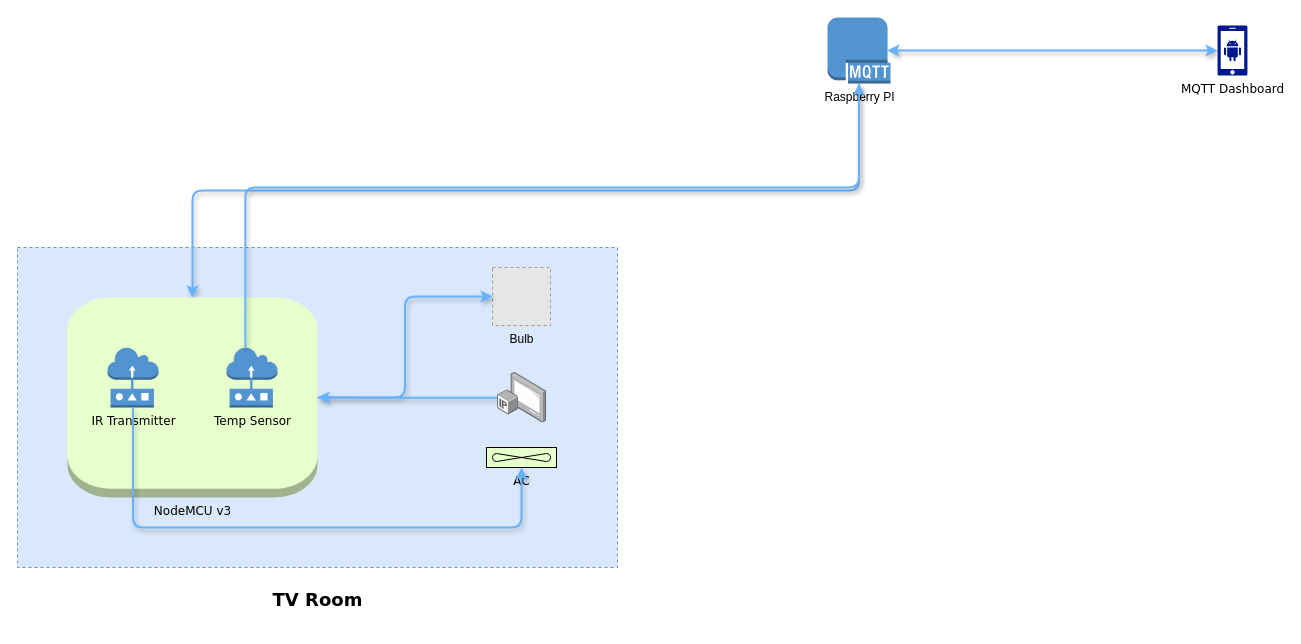
Earlier version of the draw.io diagram IoT Playground.drawio (diasna/iot-playground). Source tidied: cells renumbered, new cells numbered last; positions are measured from the earlier drawing's top-left corner, leaving out a move shared by most shapes. Both pictures are drawn from the tidied source at 100%, with x=0, y=0 at pixel (17, 17). Pictures stored in the file or linked from it are replaced by grey dashed boxes.
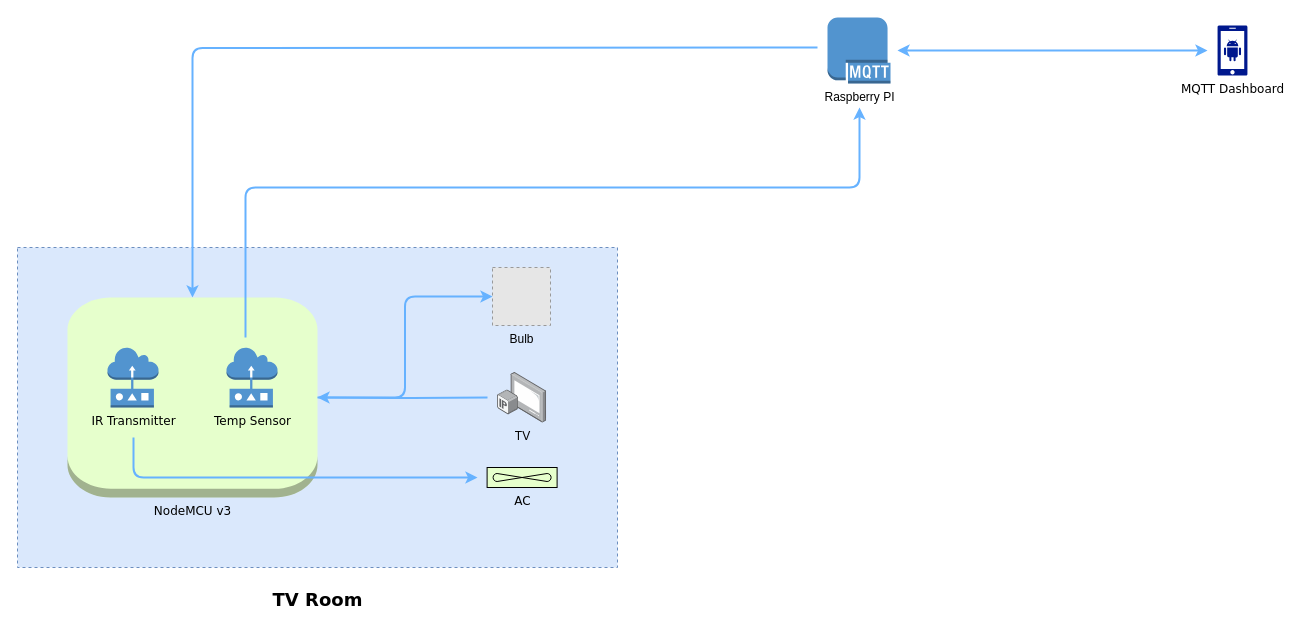
The same page after the edit.

The change refers to these unchanged cells:
```xml
<mxCell id="3" value="Raspberry PI" style="outlineConnect=0;dashed=0;verticalLabelPosition=bottom;verticalAlign=top;align=center;html=1;shape=mxgraph.aws3.mqtt_protocol;fillColor=#5294CF;gradientColor=none;" parent="1" vertex="1">
  <mxGeometry x="810" width="63" height="66" as="geometry" />
</mxCell>
<mxCell id="7" value="NodeMCU v3" style="outlineConnect=0;dashed=0;verticalLabelPosition=bottom;verticalAlign=top;align=center;html=1;shape=mxgraph.aws3.instance;fillColor=#E6FFCC;gradientColor=none;fontFamily=Verdana;" parent="6" vertex="1">
  <mxGeometry width="250" height="200" as="geometry" />
</mxCell>
<mxCell id="8" value="IR Transmitter" style="outlineConnect=0;dashed=0;verticalLabelPosition=bottom;verticalAlign=top;align=center;html=1;shape=mxgraph.aws3.sensor;fillColor=#5294CF;gradientColor=none;fontFamily=Verdana;" parent="6" vertex="1">
  <mxGeometry x="40" y="50" width="51" height="60" as="geometry" />
</mxCell>
<mxCell id="9" value="Temp Sensor" style="outlineConnect=0;dashed=0;verticalLabelPosition=bottom;verticalAlign=top;align=center;html=1;shape=mxgraph.aws3.sensor;fillColor=#5294CF;gradientColor=none;fontFamily=Verdana;" parent="6" vertex="1">
  <mxGeometry x="159" y="50" width="51" height="60" as="geometry" />
</mxCell>
<mxCell id="12" value="MQTT Dashboard" style="sketch=0;shadow=0;dashed=0;html=1;strokeColor=none;labelPosition=center;verticalLabelPosition=bottom;verticalAlign=top;align=center;fillColor=#00188D;shape=mxgraph.mscae.enterprise.android_phone;fontFamily=Verdana;" parent="1" vertex="1">
  <mxGeometry x="1200" y="8" width="30" height="50" as="geometry" />
</mxCell>
<mxCell id="13" value="Bulb" style="fillColor=#E6E6E6;strokeColor=#999999;dashed=1;html=1;verticalAlign=top;verticalLabelPosition=bottom;labelBackgroundColor=none;" parent="1" vertex="1">
  <mxGeometry x="475" y="250" width="58" height="58" as="geometry" />
</mxCell>
```

What changed in the source:
```diff
@@
-    <mxCell id="2" style="edgeStyle=orthogonalEdgeStyle;rounded=1;jettySize=auto;html=1;exitX=0.95;exitY=0.5;exitDx=0;exitDy=0;exitPerimeter=0;entryX=0;entryY=0.5;entryDx=0;entryDy=0;entryPerimeter=0;shadow=1;fontFamily=Verdana;strokeColor=#66B2FF;strokeWidth=2;startArrow=classic;startFill=1;" parent="1" edge="1" source="3" target="12">
-      <mxGeometry relative="1" as="geometry" />
+    <mxCell id="2" style="edgeStyle=orthogonalEdgeStyle;rounded=1;orthogonalLoop=1;jettySize=auto;html=1;shadow=0;fontFamily=Verdana;strokeColor=#66B2FF;strokeWidth=2;startArrow=classic;startFill=1;" parent="1" edge="1">
+      <mxGeometry relative="1" as="geometry">
+        <mxPoint x="880" y="33" as="sourcePoint" />
+        <mxPoint x="1190" y="33" as="targetPoint" />
+      </mxGeometry>
     </mxCell>
@@
-    <mxCell id="5" style="edgeStyle=orthogonalEdgeStyle;rounded=1;jettySize=auto;html=1;exitX=0.5;exitY=1;exitDx=0;exitDy=0;exitPerimeter=0;shadow=1;fontFamily=Verdana;startArrow=none;startFill=0;strokeColor=#66B2FF;strokeWidth=2;" parent="1" edge="1" source="3" target="7">
-      <mxGeometry relative="1" as="geometry" />
+    <mxCell id="5" style="edgeStyle=orthogonalEdgeStyle;rounded=1;jettySize=auto;html=1;shadow=0;fontFamily=Verdana;startArrow=none;startFill=0;strokeColor=#66B2FF;strokeWidth=2;" parent="1" edge="1" target="7">
+      <mxGeometry relative="1" as="geometry">
+        <mxPoint x="800" y="30" as="sourcePoint" />
+      </mxGeometry>
     </mxCell>
@@
-    <mxCell id="10" style="edgeStyle=orthogonalEdgeStyle;rounded=1;jettySize=auto;html=1;entryX=0.5;entryY=1;entryDx=0;entryDy=0;entryPerimeter=0;fontFamily=Verdana;strokeWidth=2;strokeColor=#66B2FF;shadow=1;exitX=0.37;exitY=0.005;exitDx=0;exitDy=0;exitPerimeter=0;" parent="1" edge="1" source="9" target="3">
+    <mxCell id="10" style="edgeStyle=orthogonalEdgeStyle;rounded=1;orthogonalLoop=1;jettySize=auto;html=1;fontFamily=Verdana;strokeWidth=2;strokeColor=#66B2FF;shadow=0;" parent="1" edge="1">
       <mxGeometry relative="1" as="geometry">
+        <mxPoint x="228" y="320" as="sourcePoint" />
+        <mxPoint x="842" y="90" as="targetPoint" />
         <Array as="points">
           <mxPoint x="228" y="170" />
           <mxPoint x="842" y="170" />
         </Array>
       </mxGeometry>
     </mxCell>
     <mxCell id="11" value="AC" style="verticalLabelPosition=bottom;outlineConnect=0;align=center;dashed=0;html=1;verticalAlign=top;shape=mxgraph.pid.misc.air_cooler;fontFamily=Verdana;fillColor=#E6FFCC;" parent="1" vertex="1">
-      <mxGeometry x="469" y="430" width="70" height="20" as="geometry" />
+      <mxGeometry x="469.6" y="450" width="70" height="20" as="geometry" />
     </mxCell>
@@
-    <mxCell id="14" style="edgeStyle=orthogonalEdgeStyle;rounded=1;jettySize=auto;html=1;exitX=1;exitY=0.5;exitDx=0;exitDy=0;exitPerimeter=0;shadow=1;strokeColor=#66B2FF;strokeWidth=2;" parent="1" edge="1" source="7" target="13">
+    <mxCell id="14" style="edgeStyle=orthogonalEdgeStyle;rounded=1;jettySize=auto;html=1;exitX=1;exitY=0.5;exitDx=0;exitDy=0;exitPerimeter=0;shadow=0;strokeColor=#66B2FF;strokeWidth=2;" parent="1" edge="1" source="7" target="13">
       <mxGeometry relative="1" as="geometry" />
     </mxCell>
-    <mxCell id="15" style="edgeStyle=orthogonalEdgeStyle;rounded=1;jettySize=auto;html=1;shadow=1;strokeColor=#66B2FF;strokeWidth=2;" parent="1" edge="1" source="16" target="7">
-      <mxGeometry relative="1" as="geometry" />
+    <mxCell id="15" style="edgeStyle=orthogonalEdgeStyle;rounded=1;jettySize=auto;html=1;shadow=0;strokeColor=#66B2FF;strokeWidth=2;" parent="1" edge="1" target="7">
+      <mxGeometry relative="1" as="geometry">
+        <mxPoint x="470" y="380" as="sourcePoint" />
+      </mxGeometry>
     </mxCell>
-    <mxCell id="16" style="points=[];html=1;align=center;shadow=0;dashed=0;image;image=img/lib/allied_telesis/computer_and_terminals/IP_TV.svg;labelBackgroundColor=none;" parent="1" vertex="1">
+    <mxCell id="16" value="TV" style="points=[];html=1;align=center;shadow=0;dashed=0;image;image=img/lib/allied_telesis/computer_and_terminals/IP_TV.svg;labelBackgroundColor=none;" parent="1" vertex="1">
       <mxGeometry x="480" y="355" width="49.2" height="50.4" as="geometry" />
     </mxCell>
-    <mxCell id="17" style="edgeStyle=orthogonalEdgeStyle;rounded=1;jettySize=auto;html=1;exitX=0.5;exitY=1;exitDx=0;exitDy=0;exitPerimeter=0;shadow=1;strokeColor=#66B2FF;strokeWidth=2;" parent="1" edge="1" source="8" target="11">
+    <mxCell id="17" style="edgeStyle=orthogonalEdgeStyle;rounded=1;orthogonalLoop=1;jettySize=auto;html=1;shadow=0;strokeColor=#66B2FF;strokeWidth=2;" parent="1" edge="1">
       <mxGeometry relative="1" as="geometry">
+        <mxPoint x="116" y="420" as="sourcePoint" />
+        <mxPoint x="460" y="460" as="targetPoint" />
         <Array as="points">
-          <mxPoint x="116" y="510" />
-          <mxPoint x="504" y="510" />
+          <mxPoint x="116" y="460" />
         </Array>
       </mxGeometry>
     </mxCell>
```
